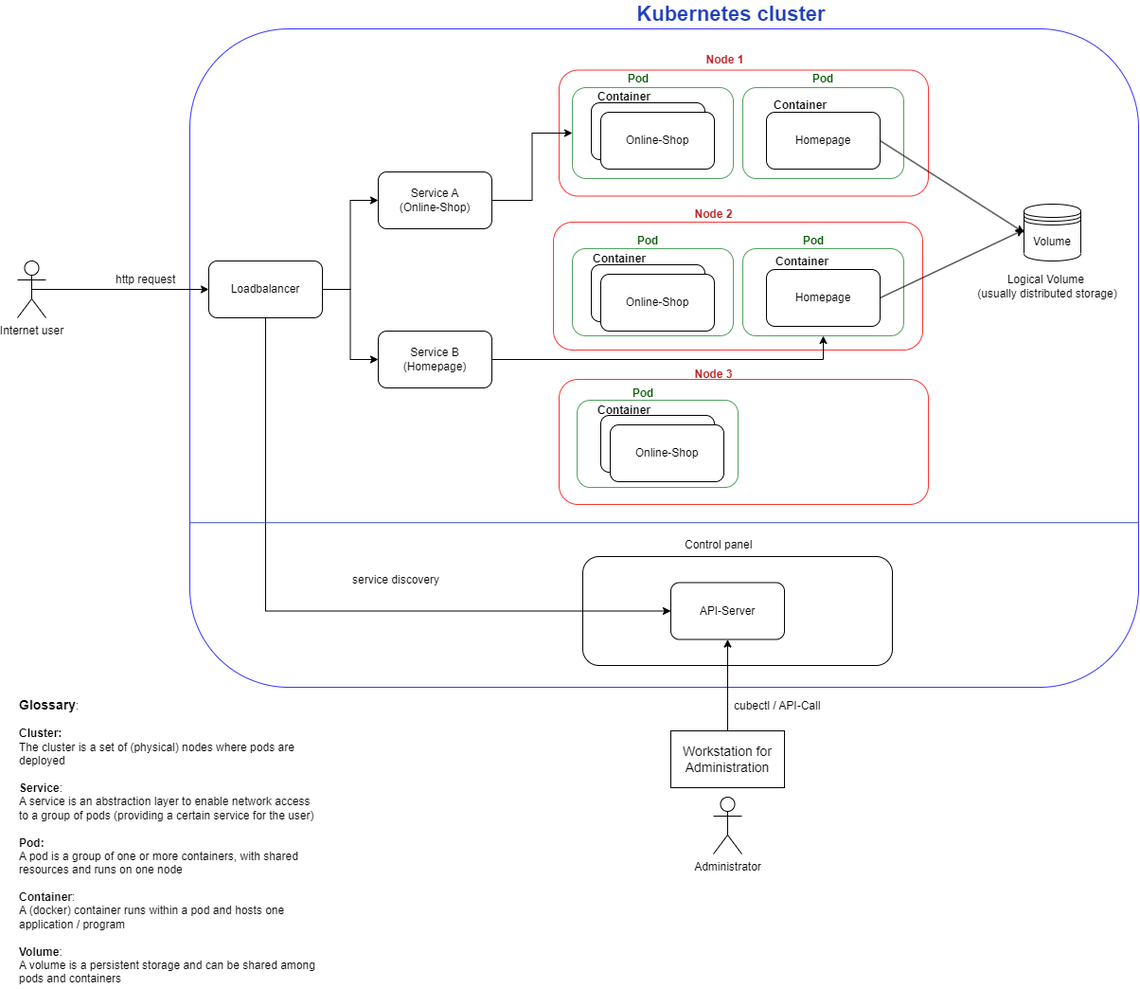
Earlier version of the draw.io export Part-3/3.11/kubernetes.png (HoffmannTom/DevOps-with-Docker). Source tidied: cells renumbered, new cells last; positions are measured from the earlier drawing's top-left corner, leaving out a move shared by most shapes.
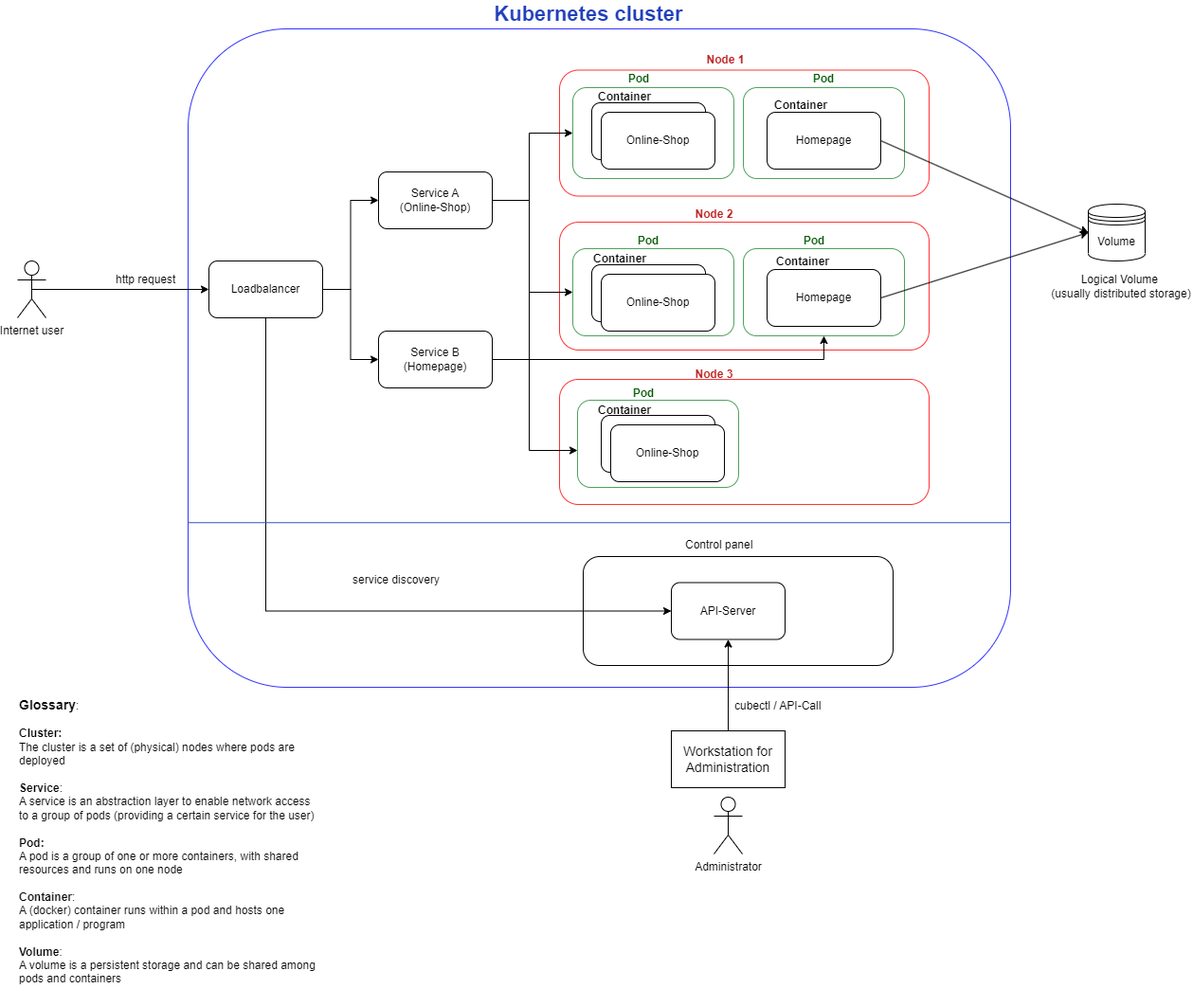
After the commit.

What changed in the source:
```diff
@@ -9,7 +9,7 @@
       <mxGeometry x="597" y="587" width="327" height="115" as="geometry" />
     </mxCell>
     <mxCell id="4" style="rounded=1;whiteSpace=wrap;html=1;fillColor=none;strokeColor=#3333FF;" parent="1" vertex="1">
-      <mxGeometry x="182" y="30" width="1002" height="695" as="geometry" />
+      <mxGeometry x="180" y="30" width="868" height="695" as="geometry" />
     </mxCell>
     <mxCell id="5" style="rounded=1;whiteSpace=wrap;html=1;strokeColor=#4fa15d;fontColor=#bc2020;fillColor=none;" parent="1" vertex="1">
       <mxGeometry x="766" y="262" width="170" height="92" as="geometry" />
@@ -21,7 +21,7 @@
       <mxGeometry x="572" y="400" width="390" height="132" as="geometry" />
     </mxCell>
     <mxCell id="8" value="Volume" style="shape=datastore;whiteSpace=wrap;html=1;" parent="1" vertex="1">
-      <mxGeometry x="1063" y="215" width="60" height="60" as="geometry" />
+      <mxGeometry x="1130" y="215" width="60" height="60" as="geometry" />
     </mxCell>
     <mxCell id="9" style="edgeStyle=orthogonalEdgeStyle;rounded=0;jettySize=auto;html=1;fontColor=#005900;entryX=0.5;entryY=1;entryDx=0;entryDy=0;startArrow=none;" parent="1" edge="1" source="40" target="31">
       <mxGeometry relative="1" as="geometry" />
@@ -48,13 +48,13 @@
       <mxGeometry x="606" y="108" width="120" height="60" as="geometry" />
     </mxCell>
     <mxCell id="17" value="Kubernetes cluster" style="text;html=1;strokeColor=none;fillColor=none;align=center;verticalAlign=middle;whiteSpace=wrap;rounded=0;fontColor=#203fbc;fontStyle=1;fontSize=22;" parent="1" vertex="1">
-      <mxGeometry x="611" width="286" height="30" as="geometry" />
+      <mxGeometry x="460" width="286" height="30" as="geometry" />
     </mxCell>
     <mxCell id="18" style="rounded=1;whiteSpace=wrap;html=1;strokeColor=#ff3333;fontColor=#bc2037;fillColor=none;" parent="1" vertex="1">
       <mxGeometry x="572" y="73.5" width="390" height="133" as="geometry" />
     </mxCell>
     <mxCell id="19" style="rounded=1;whiteSpace=wrap;html=1;strokeColor=#ff3333;fontColor=#bc2037;fillColor=none;" parent="1" vertex="1">
-      <mxGeometry x="566" y="234" width="390" height="135" as="geometry" />
+      <mxGeometry x="572" y="234" width="390" height="135" as="geometry" />
     </mxCell>
     <mxCell id="20" value="Node 1" style="text;html=1;strokeColor=none;fillColor=none;align=center;verticalAlign=middle;whiteSpace=wrap;rounded=0;fontColor=#bc2020;fontStyle=1;" parent="1" vertex="1">
       <mxGeometry x="692" y="48" width="111" height="30" as="geometry" />
@@ -98,10 +98,8 @@
     <mxCell id="33" style="endArrow=classic;html=1;rounded=0;fontSize=14;fontColor=#000000;entryX=0;entryY=0.5;entryDx=0;entryDy=0;exitX=1;exitY=0.5;exitDx=0;exitDy=0;" parent="1" edge="1" source="15" target="8">
       <mxGeometry relative="1" as="geometry" />
     </mxCell>
-    <mxCell id="34" style="endArrow=classic;html=1;rounded=0;fontSize=14;fontColor=#000000;exitX=1;exitY=0.5;exitDx=0;exitDy=0;" parent="1" edge="1" source="14">
-      <mxGeometry relative="1" as="geometry">
-        <mxPoint x="1063" y="242" as="targetPoint" />
-      </mxGeometry>
+    <mxCell id="34" style="endArrow=classic;html=1;rounded=0;fontSize=14;fontColor=#000000;exitX=1;exitY=0.5;exitDx=0;exitDy=0;entryX=0;entryY=0.5;entryDx=0;entryDy=0;" parent="1" edge="1" source="14" target="8">
+      <mxGeometry relative="1" as="geometry" />
     </mxCell>
     <mxCell id="35" value="&lt;font color=&quot;#000000&quot;&gt;Container&lt;/font&gt;" style="text;html=1;strokeColor=none;fillColor=none;align=center;verticalAlign=middle;whiteSpace=wrap;rounded=0;fontColor=#203fbc;fontStyle=1;" parent="1" vertex="1">
       <mxGeometry x="777" y="96" width="100" height="30" as="geometry" />
@@ -116,7 +114,7 @@
       <mxGeometry x="591" y="87" width="100" height="30" as="geometry" />
     </mxCell>
     <mxCell id="39" value="&lt;div style=&quot;&quot;&gt;Logical Volume&amp;nbsp;&lt;/div&gt;&lt;div style=&quot;&quot;&gt;(usually distributed storage)&lt;/div&gt;" style="text;html=1;strokeColor=none;fillColor=none;align=center;verticalAlign=middle;whiteSpace=wrap;rounded=0;" parent="1" vertex="1">
-      <mxGeometry x="1013" y="289" width="150" height="25" as="geometry" />
+      <mxGeometry x="1090" y="289" width="150" height="25" as="geometry" />
     </mxCell>
     <mxCell id="40" value="Workstation for Administration" style="rounded=0;whiteSpace=wrap;html=1;strokeColor=#000000;fontSize=14;fontColor=#000000;fillColor=none;" parent="1" vertex="1">
       <mxGeometry x="690" y="771" width="120" height="60" as="geometry" />
@@ -149,8 +147,29 @@
       <mxGeometry x="202" y="275" width="120" height="60" as="geometry" />
     </mxCell>
     <mxCell id="50" style="edgeStyle=orthogonalEdgeStyle;rounded=0;jettySize=auto;html=1;fontSize=14;fontColor=#000000;entryX=0;entryY=0.5;entryDx=0;entryDy=0;" parent="1" edge="1" source="51" target="25">
-      <mxGeometry relative="1" as="geometry" />
+      <mxGeometry relative="1" as="geometry">
+        <Array as="points">
+          <mxPoint x="540" y="211" />
+          <mxPoint x="540" y="140" />
+        </Array>
+      </mxGeometry>
     </mxCell>
+    <mxCell id="58" style="edgeStyle=orthogonalEdgeStyle;rounded=0;jettySize=auto;html=1;entryX=0;entryY=0.576;entryDx=0;entryDy=0;entryPerimeter=0;" parent="1" edge="1" source="51" target="42">
+      <mxGeometry relative="1" as="geometry">
+        <Array as="points">
+          <mxPoint x="540" y="211" />
+          <mxPoint x="540" y="475" />
+        </Array>
+      </mxGeometry>
+    </mxCell>
+    <mxCell id="59" style="edgeStyle=orthogonalEdgeStyle;rounded=0;jettySize=auto;html=1;entryX=0;entryY=0.5;entryDx=0;entryDy=0;" parent="1" edge="1" source="51" target="2">
+      <mxGeometry relative="1" as="geometry">
+        <Array as="points">
+          <mxPoint x="540" y="211" />
+          <mxPoint x="540" y="308" />
+        </Array>
+      </mxGeometry>
+    </mxCell>
     <mxCell id="51" value="Service A&lt;br&gt;(Online-Shop)" style="rounded=1;whiteSpace=wrap;html=1;" parent="1" vertex="1">
       <mxGeometry x="381" y="181" width="120" height="60" as="geometry" />
     </mxCell>
```
